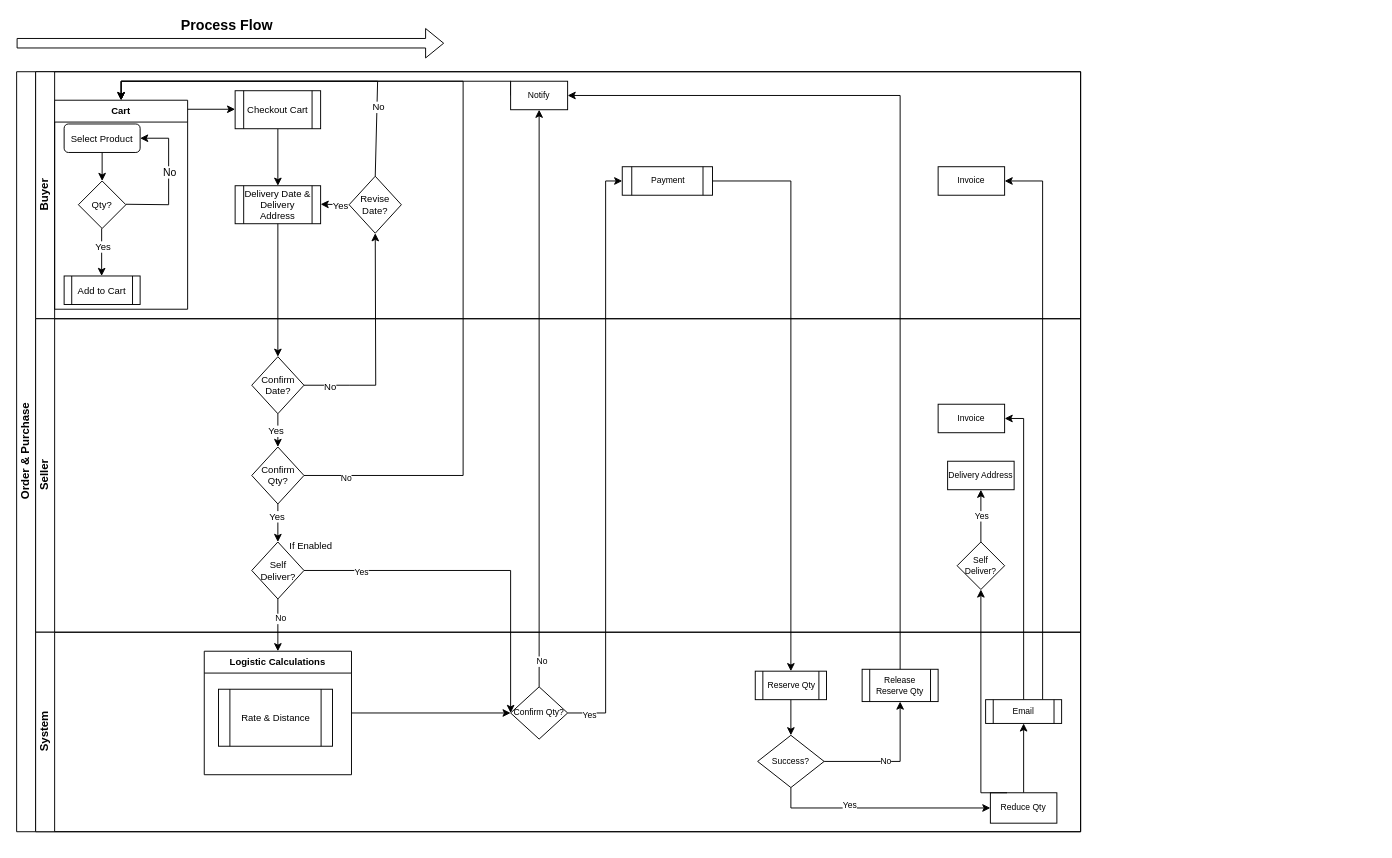
This is purchase_flow.drawio from jvndev/horticade, a draw.io file, before an edit. Source tidied: cells renumbered, new cells numbered last; positions are measured from the earlier drawing's top-left corner, leaving out a move shared by most shapes. Both pictures are drawn from the tidied source at 95%, with x=0, y=0 at pixel (16, 43).
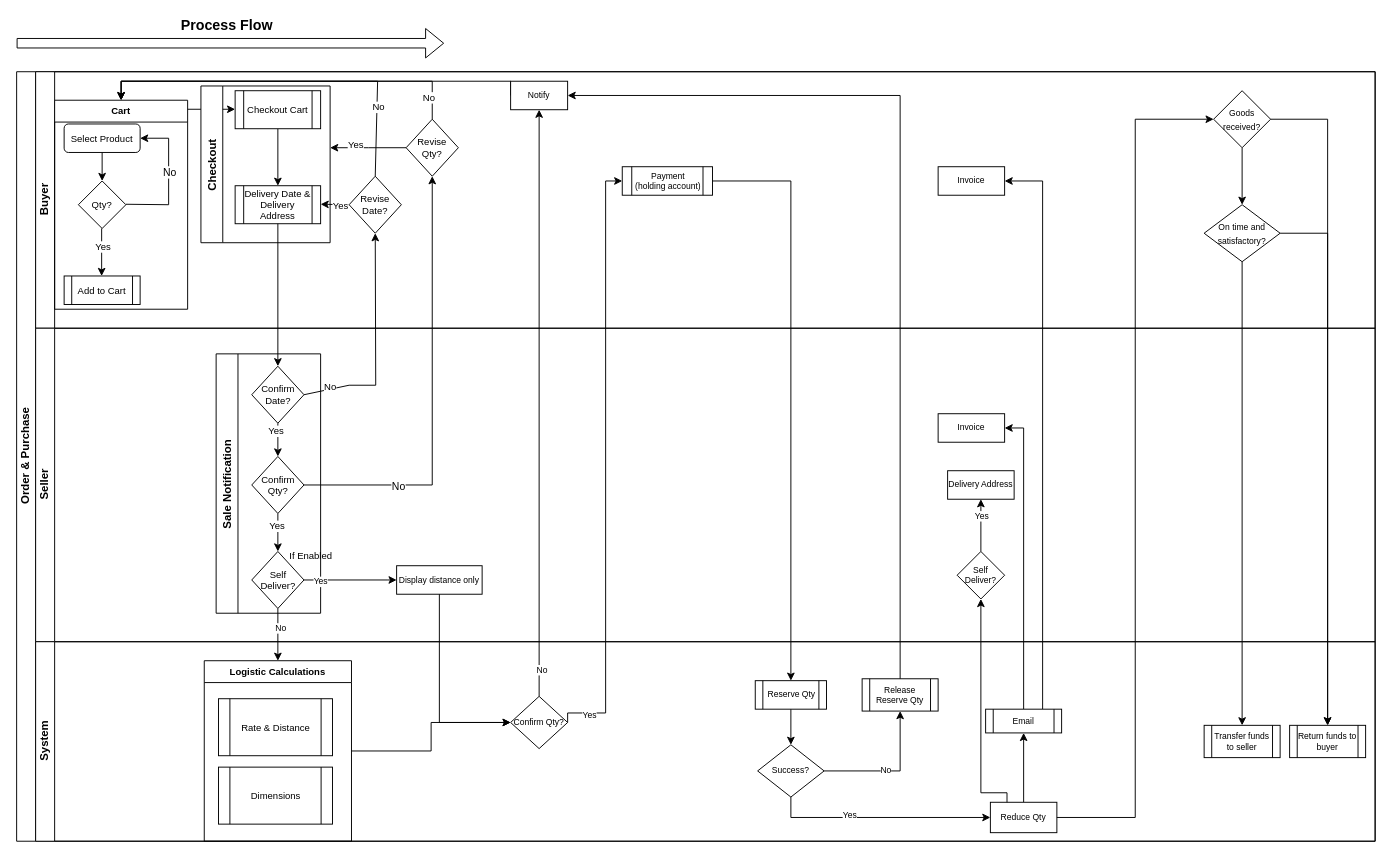
The same diagram, later.

Unchanged cells that the change refers to:
```xml
<mxCell id="4" value="Cart" style="swimlane;fontSize=10;" parent="3" vertex="1">
  <mxGeometry x="20" y="30" width="140" height="220" as="geometry" />
</mxCell>
<mxCell id="17" value="Revise Date?" style="rhombus;whiteSpace=wrap;html=1;fontSize=10;" parent="3" vertex="1">
  <mxGeometry x="330" y="110" width="55" height="60" as="geometry" />
</mxCell>
<mxCell id="30" value="Confirm Date?" style="rhombus;whiteSpace=wrap;html=1;fontSize=10;" parent="28" vertex="1">
  <mxGeometry x="227.5" y="40" width="55" height="60" as="geometry" />
</mxCell>
<mxCell id="31" value="Self Deliver?" style="rhombus;whiteSpace=wrap;html=1;fontSize=10;" parent="28" vertex="1">
  <mxGeometry x="227.5" y="235" width="55" height="60" as="geometry" />
</mxCell>
<mxCell id="34" value="Confirm Qty?" style="rhombus;whiteSpace=wrap;html=1;fontSize=10;" parent="28" vertex="1">
  <mxGeometry x="227.5" y="135" width="55" height="60" as="geometry" />
</mxCell>
<mxCell id="53" value="Confirm Qty?" style="rhombus;whiteSpace=wrap;html=1;fontSize=9;" parent="49" vertex="1">
  <mxGeometry x="500" y="57.5" width="60" height="55" as="geometry" />
</mxCell>
<mxCell id="55" value="Reduce Qty" style="rounded=0;whiteSpace=wrap;html=1;fontSize=9;" parent="49" vertex="1">
  <mxGeometry x="1005" y="169" width="70" height="32" as="geometry" />
</mxCell>
```

Diff of the diagram source:
```diff
@@
     <mxCell id="2" value="Order &amp;amp; Purchase" style="swimlane;html=1;horizontal=0;startSize=20;" parent="1" vertex="1">
-      <mxGeometry y="30" width="1120" height="800" as="geometry" />
+      <mxGeometry y="30" width="1430" height="810" as="geometry" />
     </mxCell>
+    <mxCell id="26" style="endArrow=classic;html=1;rounded=0;fontSize=10;exitX=1;exitY=0.5;exitDx=0;exitDy=0;entryX=0.5;entryY=1;entryDx=0;entryDy=0;" parent="2" edge="1" source="30" target="17">
+      <mxGeometry relative="1" as="geometry">
+        <Array as="points">
+          <mxPoint x="350" y="330" />
+          <mxPoint x="378" y="330" />
+        </Array>
+      </mxGeometry>
+    </mxCell>
+    <mxCell id="27" value="No" style="edgeLabel;html=1;align=center;verticalAlign=middle;fontSize=10;" parent="26" vertex="1">
+      <mxGeometry x="0.21" relative="1" as="geometry">
+        <mxPoint x="-48" y="68" as="offset" />
+      </mxGeometry>
+    </mxCell>
     <mxCell id="3" value="Buyer" style="swimlane;html=1;startSize=20;horizontal=0;" parent="2" vertex="1">
-      <mxGeometry x="20" width="1100" height="260" as="geometry" />
+      <mxGeometry x="20" width="1410" height="270" as="geometry" />
     </mxCell>
@@
-    <mxCell id="24" value="Payment" style="shape=process;whiteSpace=wrap;html=1;backgroundOutline=1;fontSize=9;" parent="3" vertex="1">
+    <mxCell id="24" value="Payment&lt;br&gt;(holding account)" style="shape=process;whiteSpace=wrap;html=1;backgroundOutline=1;fontSize=9;" parent="3" vertex="1">
       <mxGeometry x="617.5" y="100" width="95" height="30" as="geometry" />
     </mxCell>
@@
-    <mxCell id="26" style="endArrow=classic;html=1;rounded=0;fontSize=10;exitX=1;exitY=0.5;exitDx=0;exitDy=0;entryX=0.5;entryY=1;entryDx=0;entryDy=0;" parent="2" edge="1" source="30" target="17">
-      <mxGeometry relative="1" as="geometry">
-        <Array as="points">
-          <mxPoint x="350" y="330" />
-          <mxPoint x="378" y="330" />
-        </Array>
-      </mxGeometry>
-    </mxCell>
-    <mxCell id="27" value="No" style="edgeLabel;html=1;align=center;verticalAlign=middle;fontSize=10;" parent="26" vertex="1">
-      <mxGeometry x="0.21" relative="1" as="geometry">
-        <mxPoint x="-48" y="68" as="offset" />
-      </mxGeometry>
-    </mxCell>
+    <mxCell id="76" style="edgeStyle=orthogonalEdgeStyle;rounded=0;jettySize=auto;html=1;exitX=0.5;exitY=1;exitDx=0;exitDy=0;entryX=0.5;entryY=0;entryDx=0;entryDy=0;fontSize=9;" parent="3" edge="1" source="77" target="78">
+      <mxGeometry relative="1" as="geometry" />
+    </mxCell>
+    <mxCell id="77" value="&lt;font style=&quot;font-size: 9px&quot;&gt;Goods received?&lt;/font&gt;" style="rhombus;whiteSpace=wrap;html=1;" parent="3" vertex="1">
+      <mxGeometry x="1240" y="20" width="60" height="60" as="geometry" />
+    </mxCell>
+    <mxCell id="78" value="&lt;font style=&quot;font-size: 9px&quot;&gt;On time and satisfactory?&lt;/font&gt;" style="rhombus;whiteSpace=wrap;html=1;" parent="3" vertex="1">
+      <mxGeometry x="1230" y="140" width="80" height="60" as="geometry" />
+    </mxCell>
+    <mxCell id="79" value="Checkout" style="swimlane;horizontal=0;" parent="3" vertex="1">
+      <mxGeometry x="174" y="15" width="136" height="165" as="geometry" />
+    </mxCell>
+    <mxCell id="80" style="edgeStyle=orthogonalEdgeStyle;rounded=0;jettySize=auto;html=1;exitX=0.5;exitY=0;exitDx=0;exitDy=0;entryX=0.5;entryY=0;entryDx=0;entryDy=0;" parent="3" edge="1" source="81" target="4">
+      <mxGeometry relative="1" as="geometry">
+        <Array as="points">
+          <mxPoint x="418" y="10" />
+          <mxPoint x="90" y="10" />
+        </Array>
+      </mxGeometry>
+    </mxCell>
+    <mxCell id="81" value="Revise Qty?" style="rhombus;whiteSpace=wrap;html=1;fontSize=10;" parent="3" vertex="1">
+      <mxGeometry x="390" y="50" width="55" height="60" as="geometry" />
+    </mxCell>
     <mxCell id="28" value="Seller" style="swimlane;html=1;startSize=20;horizontal=0;" parent="2" vertex="1">
-      <mxGeometry x="20" y="260" width="1100" height="330" as="geometry" />
+      <mxGeometry x="20" y="270" width="1410" height="330" as="geometry" />
     </mxCell>
@@
+    <mxCell id="82" value="Sale Notification" style="swimlane;horizontal=0;" parent="28" vertex="1">
+      <mxGeometry x="190" y="27" width="110" height="273" as="geometry" />
+    </mxCell>
+    <mxCell id="83" value="&lt;font style=&quot;font-size: 9px&quot;&gt;Display distance only&lt;/font&gt;" style="rounded=0;whiteSpace=wrap;html=1;" parent="28" vertex="1">
+      <mxGeometry x="380" y="250" width="90" height="30" as="geometry" />
+    </mxCell>
+    <mxCell id="67" style="endArrow=classic;html=1;rounded=0;fontSize=10;exitX=1;exitY=0.5;exitDx=0;exitDy=0;entryX=0;entryY=0.5;entryDx=0;entryDy=0;" parent="28" edge="1" source="31" target="83">
+      <mxGeometry relative="1" as="geometry">
+        <Array as="points">
+          <mxPoint x="370" y="265" />
+        </Array>
+      </mxGeometry>
+    </mxCell>
+    <mxCell id="68" value="Yes" style="edgeLabel;html=1;align=center;verticalAlign=middle;fontSize=9;" parent="67" vertex="1">
+      <mxGeometry x="-0.68" y="-1" relative="1" as="geometry">
+        <mxPoint x="1" as="offset" />
+      </mxGeometry>
+    </mxCell>
@@
-    <mxCell id="42" style="edgeStyle=orthogonalEdgeStyle;rounded=0;jettySize=auto;html=1;exitX=1;exitY=0.5;exitDx=0;exitDy=0;fontSize=9;entryX=0.5;entryY=0;entryDx=0;entryDy=0;" parent="2" edge="1" source="34" target="4">
-      <mxGeometry relative="1" as="geometry">
-        <Array as="points">
-          <mxPoint x="470" y="425" />
-          <mxPoint x="470" y="10" />
-          <mxPoint x="110" y="10" />
-        </Array>
-      </mxGeometry>
-    </mxCell>
-    <mxCell id="43" value="No" style="edgeLabel;html=1;align=center;verticalAlign=middle;fontSize=9;" parent="42" vertex="1">
-      <mxGeometry x="-0.91" y="-2" relative="1" as="geometry">
-        <mxPoint x="1" as="offset" />
-      </mxGeometry>
-    </mxCell>
@@
     <mxCell id="49" value="System" style="swimlane;html=1;startSize=20;horizontal=0;" parent="2" vertex="1">
-      <mxGeometry x="20" y="590" width="1100" height="210" as="geometry" />
+      <mxGeometry x="20" y="600" width="1410" height="210" as="geometry" />
     </mxCell>
@@
     <mxCell id="51" value="Logistic Calculations" style="swimlane;fontSize=10;" parent="49" vertex="1">
-      <mxGeometry x="177.5" y="20" width="155" height="130" as="geometry" />
+      <mxGeometry x="177.5" y="20" width="155" height="190" as="geometry" />
     </mxCell>
@@
+    <mxCell id="84" value="Dimensions" style="shape=process;whiteSpace=wrap;html=1;backgroundOutline=1;fontSize=10;" parent="51" vertex="1">
+      <mxGeometry x="15" y="112" width="120" height="60" as="geometry" />
+    </mxCell>
@@
+    <mxCell id="85" value="Transfer funds to seller" style="shape=process;whiteSpace=wrap;html=1;backgroundOutline=1;fontSize=9;" parent="49" vertex="1">
+      <mxGeometry x="1230" y="88" width="80" height="34" as="geometry" />
+    </mxCell>
+    <mxCell id="86" value="Return funds to buyer" style="shape=process;whiteSpace=wrap;html=1;backgroundOutline=1;fontSize=9;" parent="49" vertex="1">
+      <mxGeometry x="1320" y="88" width="80" height="34" as="geometry" />
+    </mxCell>
@@
-    <mxCell id="67" style="endArrow=classic;html=1;rounded=0;fontSize=10;exitX=1;exitY=0.5;exitDx=0;exitDy=0;entryX=0;entryY=0.5;entryDx=0;entryDy=0;" parent="2" edge="1" source="31" target="53">
-      <mxGeometry relative="1" as="geometry">
-        <Array as="points">
-          <mxPoint x="520" y="525" />
-        </Array>
-      </mxGeometry>
-    </mxCell>
-    <mxCell id="68" value="Yes" style="edgeLabel;html=1;align=center;verticalAlign=middle;fontSize=9;" parent="67" vertex="1">
-      <mxGeometry x="-0.68" y="-1" relative="1" as="geometry">
-        <mxPoint x="1" as="offset" />
-      </mxGeometry>
-    </mxCell>
@@
+    <mxCell id="87" style="edgeStyle=orthogonalEdgeStyle;rounded=0;jettySize=auto;html=1;exitX=0.5;exitY=1;exitDx=0;exitDy=0;entryX=0.5;entryY=0;entryDx=0;entryDy=0;fontSize=9;" parent="2" edge="1" source="78" target="85">
+      <mxGeometry relative="1" as="geometry" />
+    </mxCell>
+    <mxCell id="88" style="edgeStyle=orthogonalEdgeStyle;rounded=0;jettySize=auto;html=1;exitX=1;exitY=0.5;exitDx=0;exitDy=0;entryX=0;entryY=0.5;entryDx=0;entryDy=0;fontSize=9;" parent="2" edge="1" source="55" target="77">
+      <mxGeometry relative="1" as="geometry" />
+    </mxCell>
+    <mxCell id="89" style="edgeStyle=orthogonalEdgeStyle;rounded=0;jettySize=auto;html=1;exitX=1;exitY=0.5;exitDx=0;exitDy=0;entryX=0.5;entryY=0;entryDx=0;entryDy=0;fontSize=9;" parent="2" edge="1" source="77" target="86">
+      <mxGeometry relative="1" as="geometry" />
+    </mxCell>
+    <mxCell id="90" style="edgeStyle=orthogonalEdgeStyle;rounded=0;jettySize=auto;html=1;exitX=1;exitY=0.5;exitDx=0;exitDy=0;entryX=0.5;entryY=0;entryDx=0;entryDy=0;fontSize=9;" parent="2" edge="1" source="78" target="86">
+      <mxGeometry relative="1" as="geometry" />
+    </mxCell>
+    <mxCell id="91" style="edgeStyle=orthogonalEdgeStyle;rounded=0;jettySize=auto;html=1;exitX=1;exitY=0.5;exitDx=0;exitDy=0;entryX=0.5;entryY=1;entryDx=0;entryDy=0;" parent="2" edge="1" source="34" target="81">
+      <mxGeometry relative="1" as="geometry" />
+    </mxCell>
+    <mxCell id="92" value="No" style="edgeLabel;html=1;align=center;verticalAlign=middle;" parent="91" vertex="1">
+      <mxGeometry x="-0.57" y="-1" relative="1" as="geometry" />
+    </mxCell>
+    <mxCell id="93" style="edgeStyle=orthogonalEdgeStyle;rounded=0;jettySize=auto;html=1;exitX=0.5;exitY=1;exitDx=0;exitDy=0;entryX=0;entryY=0.5;entryDx=0;entryDy=0;fontSize=9;" parent="2" edge="1" source="83" target="53">
+      <mxGeometry relative="1" as="geometry" />
+    </mxCell>
@@
+    <mxCell id="94" style="edgeStyle=orthogonalEdgeStyle;rounded=0;jettySize=auto;html=1;exitX=0;exitY=0.5;exitDx=0;exitDy=0;" parent="1" edge="1" source="81">
+      <mxGeometry relative="1" as="geometry">
+        <mxPoint x="330" y="110" as="targetPoint" />
+      </mxGeometry>
+    </mxCell>
+    <mxCell id="95" value="Yes" style="edgeLabel;html=1;align=center;verticalAlign=middle;fontSize=10;" parent="1" vertex="1">
+      <mxGeometry x="351" y="180.8" as="geometry">
+        <mxPoint x="5" y="-74" as="offset" />
+      </mxGeometry>
+    </mxCell>
+    <mxCell id="96" value="No" style="edgeLabel;html=1;align=center;verticalAlign=middle;fontSize=10;" parent="1" vertex="1">
+      <mxGeometry x="390.4" y="75" as="geometry">
+        <mxPoint x="43" y="-19" as="offset" />
+      </mxGeometry>
+    </mxCell>
```
